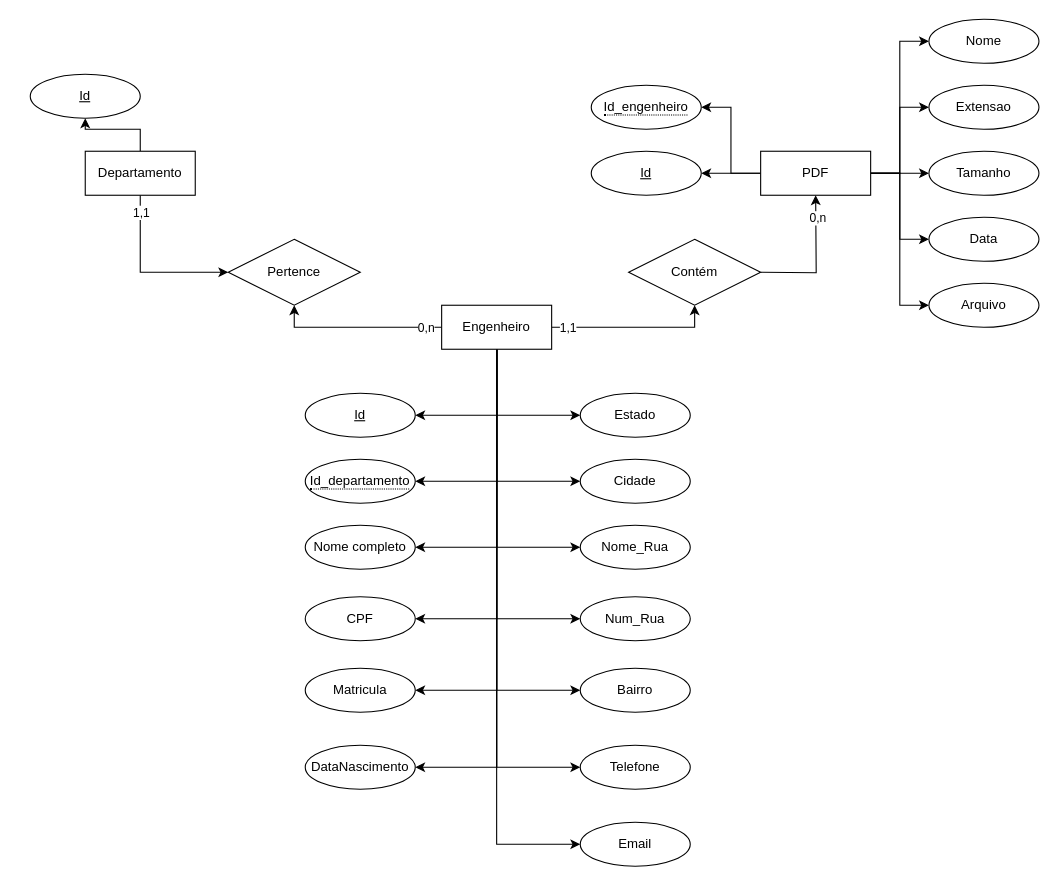
Before: Diagrama sem nome.drawio in victor-souza-dev/victor-souza-dev, a draw.io diagram. Source tidied: cells renumbered, new cells numbered last; positions are measured from the earlier drawing's top-left corner, leaving out a move shared by most shapes. Both pictures are drawn from the tidied source at 110%, with x=0, y=0 at pixel (30, 19).
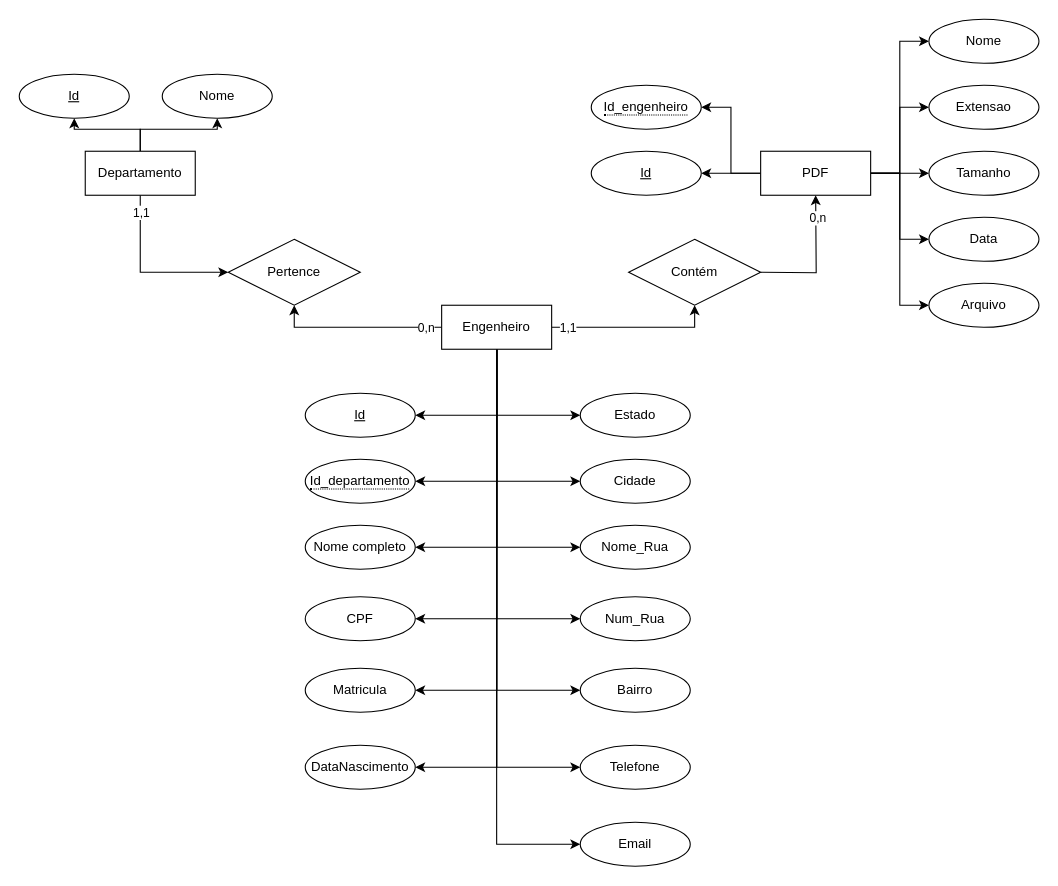
The same diagram, later.

The change refers to these unchanged cells:
```xml
<mxCell id="31" value="Departamento" style="whiteSpace=wrap;html=1;align=center;" parent="1" vertex="1">
  <mxGeometry x="50" y="120" width="100" height="40" as="geometry" />
</mxCell>
```

Change to the diagram source:
```diff
@@
+    <mxCell id="57" style="edgeStyle=orthogonalEdgeStyle;rounded=0;jettySize=auto;html=1;entryX=0.5;entryY=1;entryDx=0;entryDy=0;" parent="1" edge="1" source="31" target="58">
+      <mxGeometry relative="1" as="geometry">
+        <Array as="points">
+          <mxPoint x="100" y="100" />
+          <mxPoint x="170" y="100" />
+        </Array>
+      </mxGeometry>
+    </mxCell>
@@
     <mxCell id="36" value="Id" style="ellipse;whiteSpace=wrap;html=1;align=center;fontStyle=4;" parent="1" vertex="1">
-      <mxGeometry y="50" width="100" height="40" as="geometry" />
+      <mxGeometry x="-10" y="50" width="100" height="40" as="geometry" />
     </mxCell>
@@
+    <mxCell id="58" value="Nome" style="ellipse;whiteSpace=wrap;html=1;align=center;" parent="1" vertex="1">
+      <mxGeometry x="120" y="50" width="100" height="40" as="geometry" />
+    </mxCell>
```
